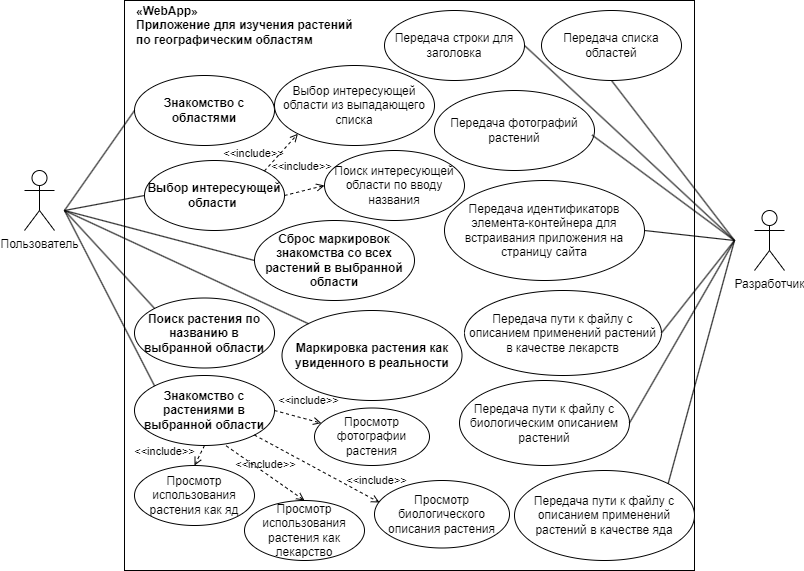
Earlier version of the draw.io export appPlantDirectory.png (LaptAAA/JS2023). Source tidied: cells renumbered, new cells last; positions are measured from the earlier drawing's top-left corner, leaving out a move shared by most shapes.
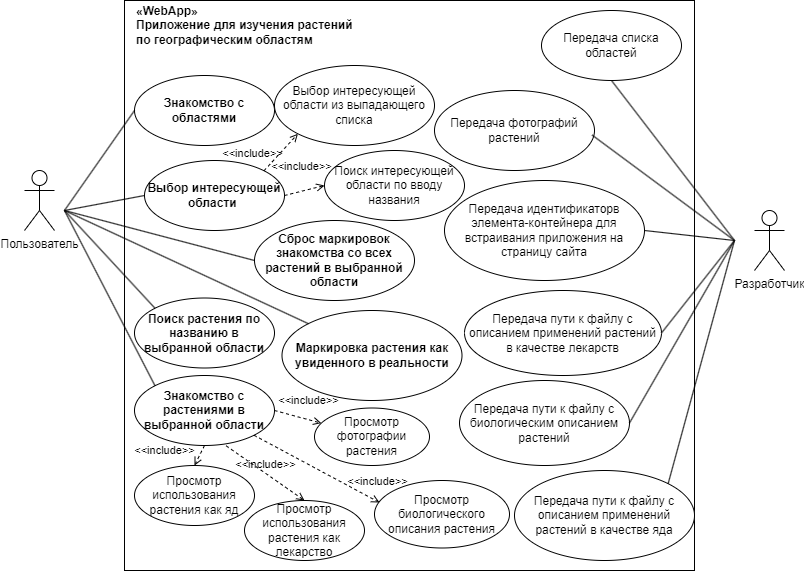
Above is the later version.

What changed in the source:
```diff
@@ -86,14 +86,6 @@
     <mxCell id="25" value="Передача идентификаторв элемента-контейнера для встраивания приложения на страницу сайта" style="ellipse;whiteSpace=wrap;html=1;" parent="1" vertex="1">
       <mxGeometry x="420" y="180" width="200" height="100" as="geometry" />
     </mxCell>
-    <mxCell id="26" value="Передача строки для заголовка" style="ellipse;whiteSpace=wrap;html=1;" parent="1" vertex="1">
-      <mxGeometry x="360" y="10" width="140" height="70" as="geometry" />
-    </mxCell>
-    <mxCell id="27" style="endArrow=none;html=1;rounded=0;exitX=1;exitY=0.5;exitDx=0;exitDy=0;" parent="1" edge="1" source="26">
-      <mxGeometry relative="1" as="geometry">
-        <mxPoint x="710" y="240" as="targetPoint" />
-      </mxGeometry>
-    </mxCell>
     <mxCell id="28" style="endArrow=none;html=1;rounded=0;entryX=0.5;entryY=1;entryDx=0;entryDy=0;" parent="1" edge="1" target="20">
       <mxGeometry relative="1" as="geometry">
         <mxPoint x="710" y="240" as="sourcePoint" />
```
